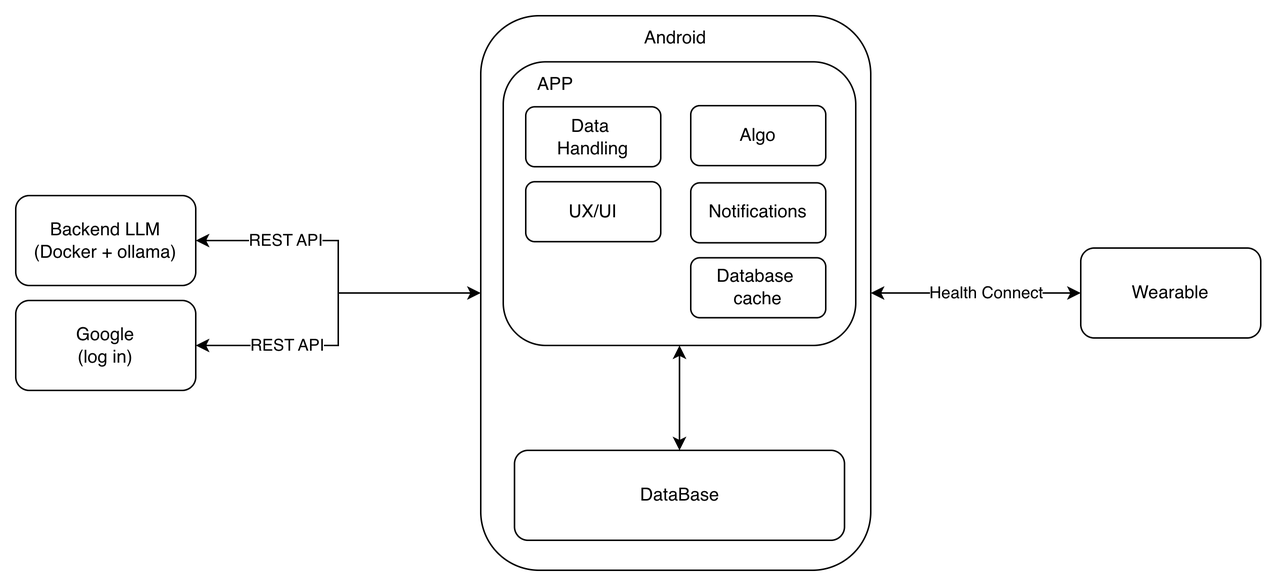
ai-health-assistant-app/ai-health-android keeps this draw.io diagram as doc/general_architecture.png. Above is the earlier version. Source tidied: cells renumbered, new cells last; positions are measured from the earlier drawing's top-left corner, leaving out a move shared by most shapes.
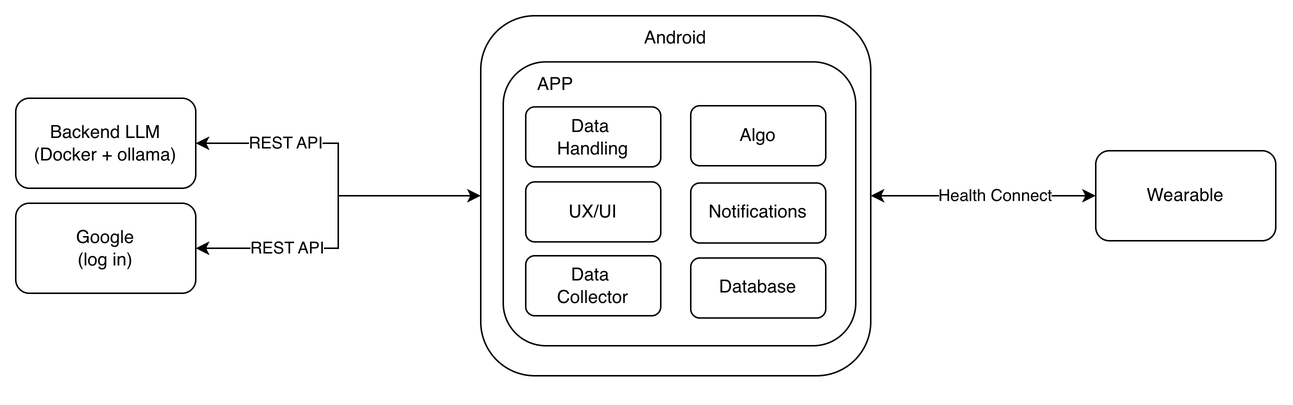
The same file after the commit.

Change to the diagram source:
```diff
@@ -6,7 +6,7 @@
       <mxGeometry x="325" y="30.8" width="235" height="189.2" as="geometry" />
     </mxCell>
     <mxCell id="3" style="rounded=1;whiteSpace=wrap;html=1;fillColor=none;" parent="1" vertex="1">
-      <mxGeometry x="310" width="260" height="370" as="geometry" />
+      <mxGeometry x="310" width="260" height="240" as="geometry" />
     </mxCell>
     <mxCell id="4" style="edgeStyle=orthogonalEdgeStyle;rounded=0;jettySize=auto;html=1;exitX=1;exitY=0.5;exitDx=0;exitDy=0;entryX=0;entryY=0.5;entryDx=0;entryDy=0;startArrow=classic;startFill=1;" parent="1" edge="1" source="6" target="3">
       <mxGeometry relative="1" as="geometry" />
@@ -17,11 +17,8 @@
       </mxGeometry>
     </mxCell>
     <mxCell id="6" value="Backend LLM&lt;div&gt;(Docker + ollama)&lt;/div&gt;" style="rounded=1;whiteSpace=wrap;html=1;fillColor=none;" parent="1" vertex="1">
-      <mxGeometry y="120" width="120" height="60" as="geometry" />
+      <mxGeometry y="55" width="120" height="60" as="geometry" />
     </mxCell>
-    <mxCell id="7" value="DataBase" style="rounded=1;whiteSpace=wrap;html=1;fillColor=none;" parent="1" vertex="1">
-      <mxGeometry x="332.5" y="290" width="220" height="60" as="geometry" />
-    </mxCell>
     <mxCell id="8" style="edgeStyle=orthogonalEdgeStyle;rounded=0;jettySize=auto;html=1;exitX=0;exitY=0.5;exitDx=0;exitDy=0;entryX=1;entryY=0.5;entryDx=0;entryDy=0;startArrow=classic;startFill=1;" parent="1" edge="1" source="10" target="3">
       <mxGeometry relative="1" as="geometry" />
     </mxCell>
@@ -29,13 +26,13 @@
       <mxGeometry x="-0.1" relative="1" as="geometry" />
     </mxCell>
     <mxCell id="10" value="Wearable" style="rounded=1;whiteSpace=wrap;html=1;fillColor=none;" parent="1" vertex="1">
-      <mxGeometry x="710" y="155" width="120" height="60" as="geometry" />
+      <mxGeometry x="720" y="90" width="120" height="60" as="geometry" />
     </mxCell>
     <mxCell id="11" value="Android" style="text;html=1;whiteSpace=wrap;strokeColor=none;fillColor=none;align=center;verticalAlign=middle;rounded=0;" parent="1" vertex="1">
       <mxGeometry x="410" width="60" height="30" as="geometry" />
     </mxCell>
     <mxCell id="12" value="Google&lt;div&gt;(log in)&lt;/div&gt;" style="rounded=1;whiteSpace=wrap;html=1;fillColor=none;" parent="1" vertex="1">
-      <mxGeometry y="190" width="120" height="60" as="geometry" />
+      <mxGeometry y="125" width="120" height="60" as="geometry" />
     </mxCell>
     <mxCell id="13" style="edgeStyle=orthogonalEdgeStyle;rounded=0;jettySize=auto;html=1;exitX=1;exitY=0.5;exitDx=0;exitDy=0;entryX=0;entryY=0.5;entryDx=0;entryDy=0;startArrow=classic;startFill=1;" parent="1" edge="1" source="12" target="3">
       <mxGeometry relative="1" as="geometry" />
@@ -54,7 +51,7 @@
     <mxCell id="17" value="Notifications" style="rounded=1;whiteSpace=wrap;html=1;fillColor=none;" parent="1" vertex="1">
       <mxGeometry x="450" y="111.5" width="90" height="40" as="geometry" />
     </mxCell>
-    <mxCell id="18" value="Database&amp;nbsp;&lt;div&gt;cache&lt;/div&gt;" style="rounded=1;whiteSpace=wrap;html=1;fillColor=none;" parent="1" vertex="1">
+    <mxCell id="18" value="Database" style="rounded=1;whiteSpace=wrap;html=1;fillColor=none;" parent="1" vertex="1">
       <mxGeometry x="450" y="161.5" width="90" height="40" as="geometry" />
     </mxCell>
     <mxCell id="19" value="Data&amp;nbsp;&lt;div&gt;Handling&lt;/div&gt;" style="rounded=1;whiteSpace=wrap;html=1;fillColor=none;" parent="1" vertex="1">
@@ -63,8 +60,11 @@
     <mxCell id="20" value="UX/UI" style="rounded=1;whiteSpace=wrap;html=1;fillColor=none;" parent="1" vertex="1">
       <mxGeometry x="340" y="110.8" width="90" height="40" as="geometry" />
     </mxCell>
-    <mxCell id="21" style="edgeStyle=orthogonalEdgeStyle;rounded=0;jettySize=auto;html=1;exitX=0.5;exitY=1;exitDx=0;exitDy=0;entryX=0.5;entryY=0;entryDx=0;entryDy=0;startArrow=classic;startFill=1;" parent="1" edge="1" source="2" target="7">
-      <mxGeometry relative="1" as="geometry" />
-    </mxCell>
+    <mxCell id="22" style="edgeStyle=orthogonalEdgeStyle;rounded=0;orthogonalLoop=1;jettySize=auto;html=1;exitX=0.5;exitY=1;exitDx=0;exitDy=0;" parent="1" edge="1" source="3" target="3">
+      <mxGeometry relative="1" as="geometry" />
+    </mxCell>
+    <mxCell id="23" value="Data&amp;nbsp;&lt;div&gt;Collector&lt;/div&gt;" style="rounded=1;whiteSpace=wrap;html=1;fillColor=none;" parent="1" vertex="1">
+      <mxGeometry x="340" y="160" width="90" height="40" as="geometry" />
+    </mxCell>
   </root>
 </mxGraphModel>
```
